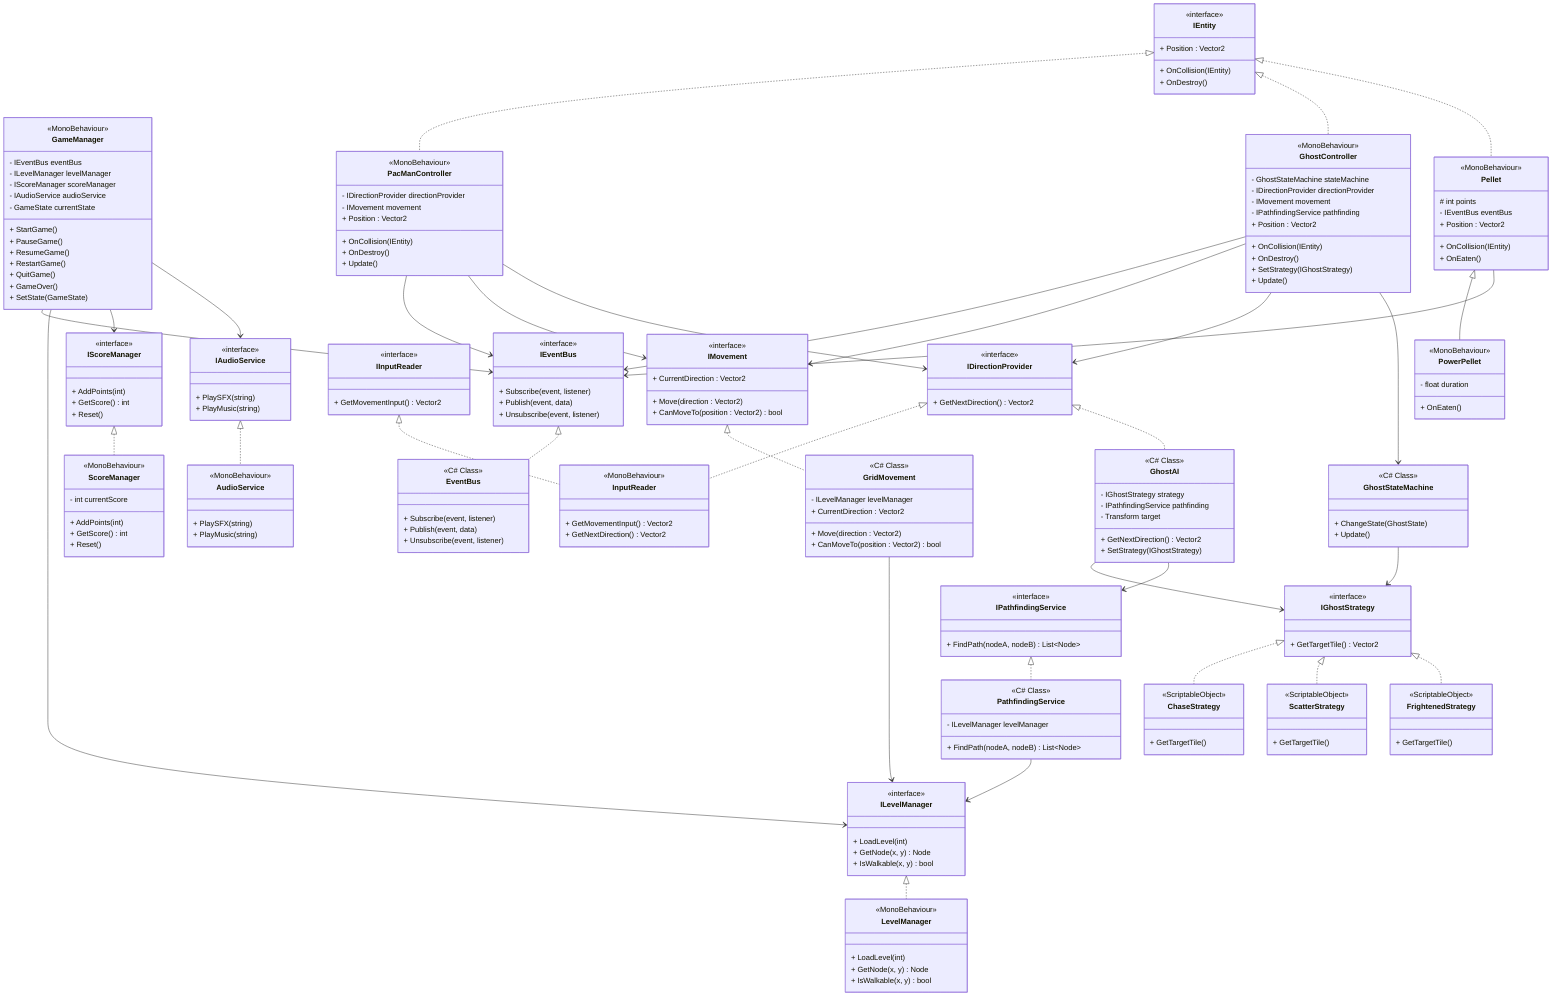
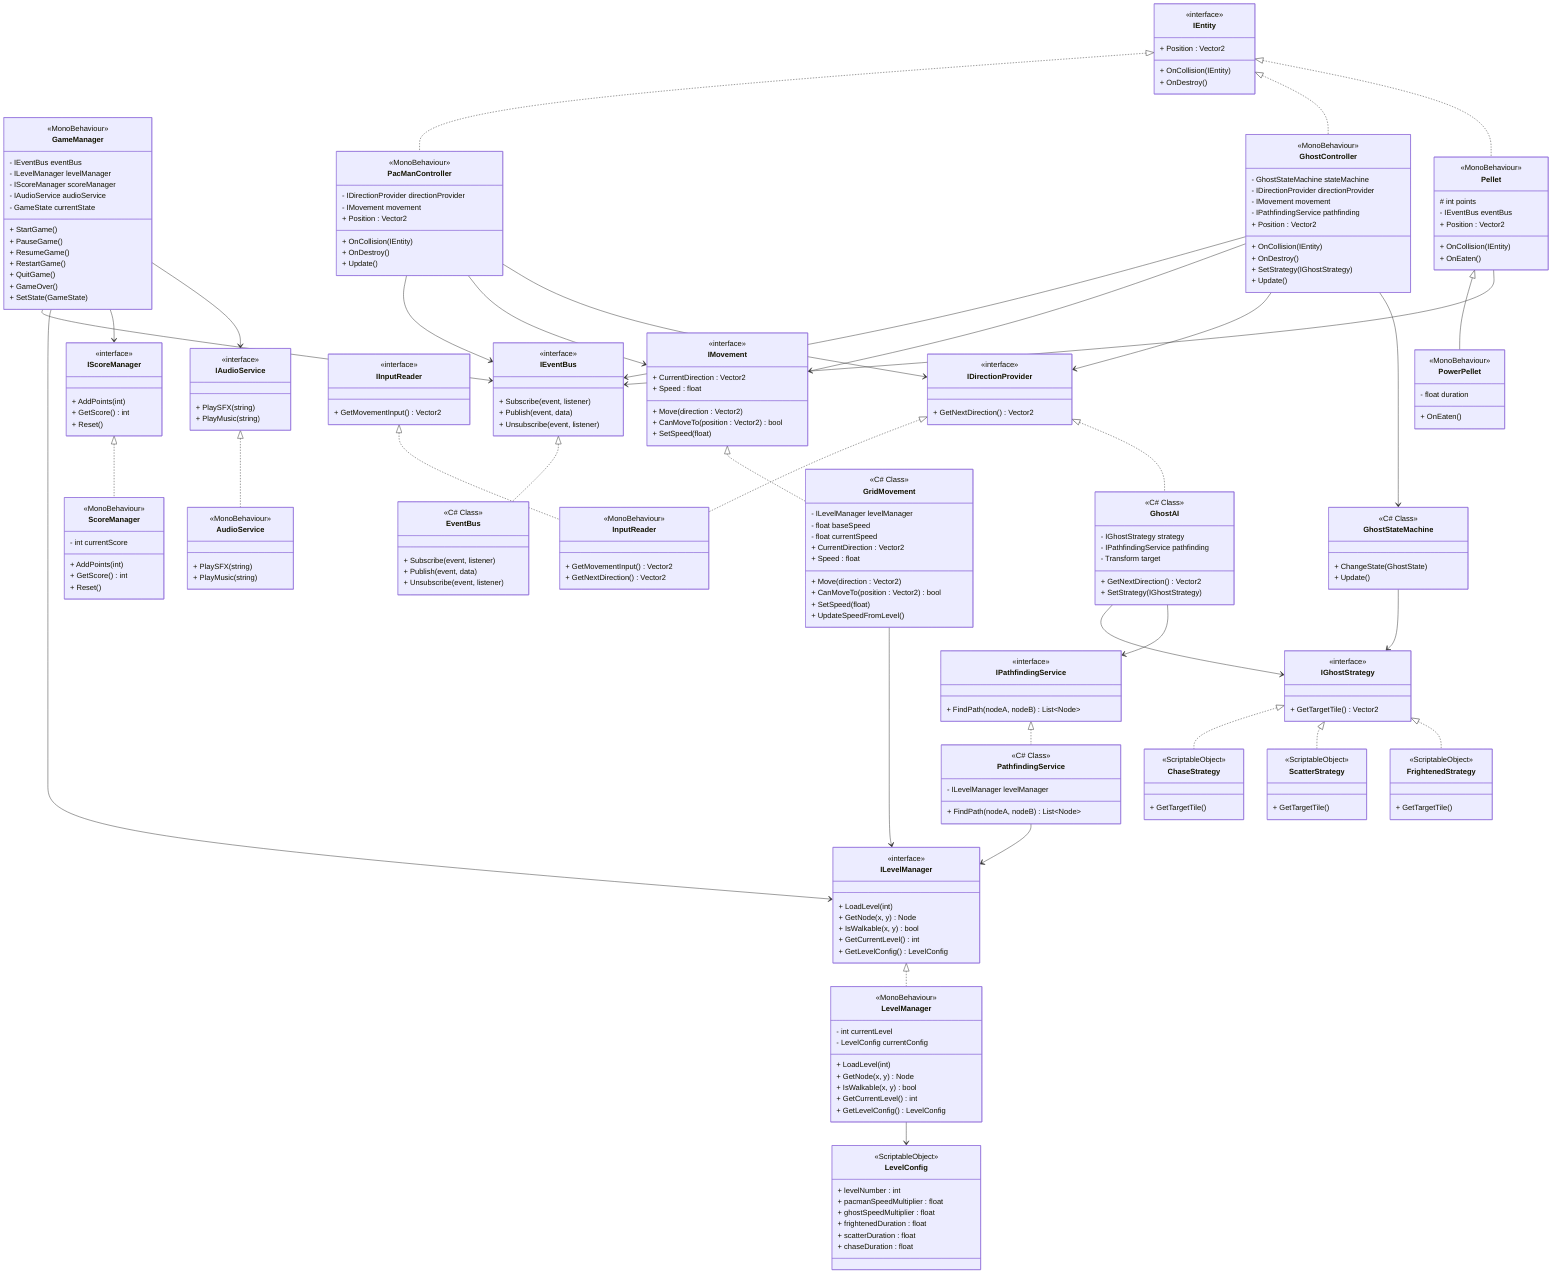
classDiagram

    %% Core Interfaces
    class IEntity {
        <<interface>>
        + Position : Vector2
        + OnCollision(IEntity)
        + OnDestroy()
    }

    class IMovement {
        <<interface>>
        + Move(direction : Vector2)
        + CanMoveTo(position : Vector2) bool
        + CurrentDirection : Vector2
+         + SetSpeed(float)
+         + Speed : float
    }

    class IEventBus {
        <<interface>>
        + Subscribe(event, listener)
        + Publish(event, data)
        + Unsubscribe(event, listener)
    }

    class IPathfindingService {
        <<interface>>
        + FindPath(nodeA, nodeB) List~Node~
    }

    class IAudioService {
        <<interface>>
        + PlaySFX(string)
        + PlayMusic(string)
    }

    class IInputReader {
        <<interface>>
        + GetMovementInput() Vector2
    }

    class IDirectionProvider {
        <<interface>>
        + GetNextDirection() Vector2
    }

    class ILevelManager {
        <<interface>>
        + LoadLevel(int)
        + GetNode(x, y) Node
        + IsWalkable(x, y) bool
+         + GetCurrentLevel() int
+         + GetLevelConfig() LevelConfig
    }

    class IScoreManager {
        <<interface>>
        + AddPoints(int)
        + GetScore() int
        + Reset()
    }

    %% Managers (MonoBehaviour)
    class GameManager {
        <<MonoBehaviour>>
        - IEventBus eventBus
        - ILevelManager levelManager
        - IScoreManager scoreManager
        - IAudioService audioService
        - GameState currentState
        + StartGame()
        + PauseGame()
        + ResumeGame()
        + RestartGame()
        + QuitGame()
        + GameOver()
        + SetState(GameState)
    }

    class LevelManager {
        <<MonoBehaviour>>
+         - int currentLevel
+         - LevelConfig currentConfig
        + LoadLevel(int)
        + GetNode(x, y) Node
        + IsWalkable(x, y) bool
+         + GetCurrentLevel() int
+         + GetLevelConfig() LevelConfig
    }

    class ScoreManager {
        <<MonoBehaviour>>
        - int currentScore
        + AddPoints(int)
        + GetScore() int
        + Reset()
    }

    class EventBus {
        <<C# Class>>
        + Subscribe(event, listener)
        + Publish(event, data)
        + Unsubscribe(event, listener)
    }

    %% Entities
    class PacManController {
        <<MonoBehaviour>>
        - IDirectionProvider directionProvider
        - IMovement movement
        + Position : Vector2
        + OnCollision(IEntity)
        + OnDestroy()
        + Update()
    }

    class GridMovement {
        <<C# Class>>
        - ILevelManager levelManager
+         - float baseSpeed
+         - float currentSpeed
        + Move(direction : Vector2)
        + CanMoveTo(position : Vector2) bool
        + CurrentDirection : Vector2
+         + SetSpeed(float)
+         + Speed : float
+         + UpdateSpeedFromLevel()
    }

    class InputReader {
        <<MonoBehaviour>>
        + GetMovementInput() Vector2
        + GetNextDirection() Vector2
    }

    class GhostController {
        <<MonoBehaviour>>
        - GhostStateMachine stateMachine
        - IDirectionProvider directionProvider
        - IMovement movement
        - IPathfindingService pathfinding
        + Position : Vector2
        + OnCollision(IEntity)
        + OnDestroy()
        + SetStrategy(IGhostStrategy)
        + Update()
    }

    class GhostAI {
        <<C# Class>>
        - IGhostStrategy strategy
        - IPathfindingService pathfinding
        - Transform target
        + GetNextDirection() Vector2
        + SetStrategy(IGhostStrategy)
    }

    class Pellet {
        <<MonoBehaviour>>
        # int points
        - IEventBus eventBus
        + Position : Vector2
        + OnCollision(IEntity)
        + OnEaten()
    }

    class PowerPellet {
        <<MonoBehaviour>>
        - float duration
        + OnEaten()
    }

    class GhostStateMachine {
        <<C# Class>>
        + ChangeState(GhostState)
        + Update()
    }

    class IGhostStrategy {
        <<interface>>
        + GetTargetTile() Vector2
    }

    class ChaseStrategy {
        <<ScriptableObject>>
        + GetTargetTile()
    }

    class ScatterStrategy {
        <<ScriptableObject>>
        + GetTargetTile()
    }

    class FrightenedStrategy {
        <<ScriptableObject>>
        + GetTargetTile()
    }

    class AudioService {
        <<MonoBehaviour>>
        + PlaySFX(string)
        + PlayMusic(string)
    }

    class PathfindingService {
        <<C# Class>>
        - ILevelManager levelManager
        + FindPath(nodeA, nodeB) List~Node~
+     }
+ 
+     class LevelConfig {
+         <<ScriptableObject>>
+         + levelNumber : int
+         + pacmanSpeedMultiplier : float
+         + ghostSpeedMultiplier : float
+         + frightenedDuration : float
+         + scatterDuration : float
+         + chaseDuration : float
    }

%% Interface Implementations
IEventBus <|.. EventBus
ILevelManager <|.. LevelManager
IScoreManager <|.. ScoreManager
IAudioService <|.. AudioService
IPathfindingService <|.. PathfindingService
IInputReader <|.. InputReader
IDirectionProvider <|.. InputReader
IDirectionProvider <|.. GhostAI
IMovement <|.. GridMovement

%% Entity Implementations
IEntity <|.. PacManController
IEntity <|.. GhostController
IEntity <|.. Pellet

%% Inheritance
Pellet <|-- PowerPellet

%% Manager Dependencies (using interfaces)
GameManager --> IEventBus
GameManager --> ILevelManager
GameManager --> IScoreManager
GameManager --> IAudioService

+ %% LevelManager Dependencies
+ LevelManager --> LevelConfig
+ 
%% Entity Dependencies
PacManController --> IEventBus
PacManController --> IMovement
PacManController --> IDirectionProvider

GhostController --> IEventBus
GhostController --> IMovement
GhostController --> IDirectionProvider

GridMovement --> ILevelManager

Pellet --> IEventBus

%% Ghost AI
GhostController --> GhostStateMachine
GhostAI --> IGhostStrategy
GhostAI --> IPathfindingService
GhostStateMachine --> IGhostStrategy
IGhostStrategy <|.. ChaseStrategy
IGhostStrategy <|.. ScatterStrategy
IGhostStrategy <|.. FrightenedStrategy

PathfindingService --> ILevelManager
